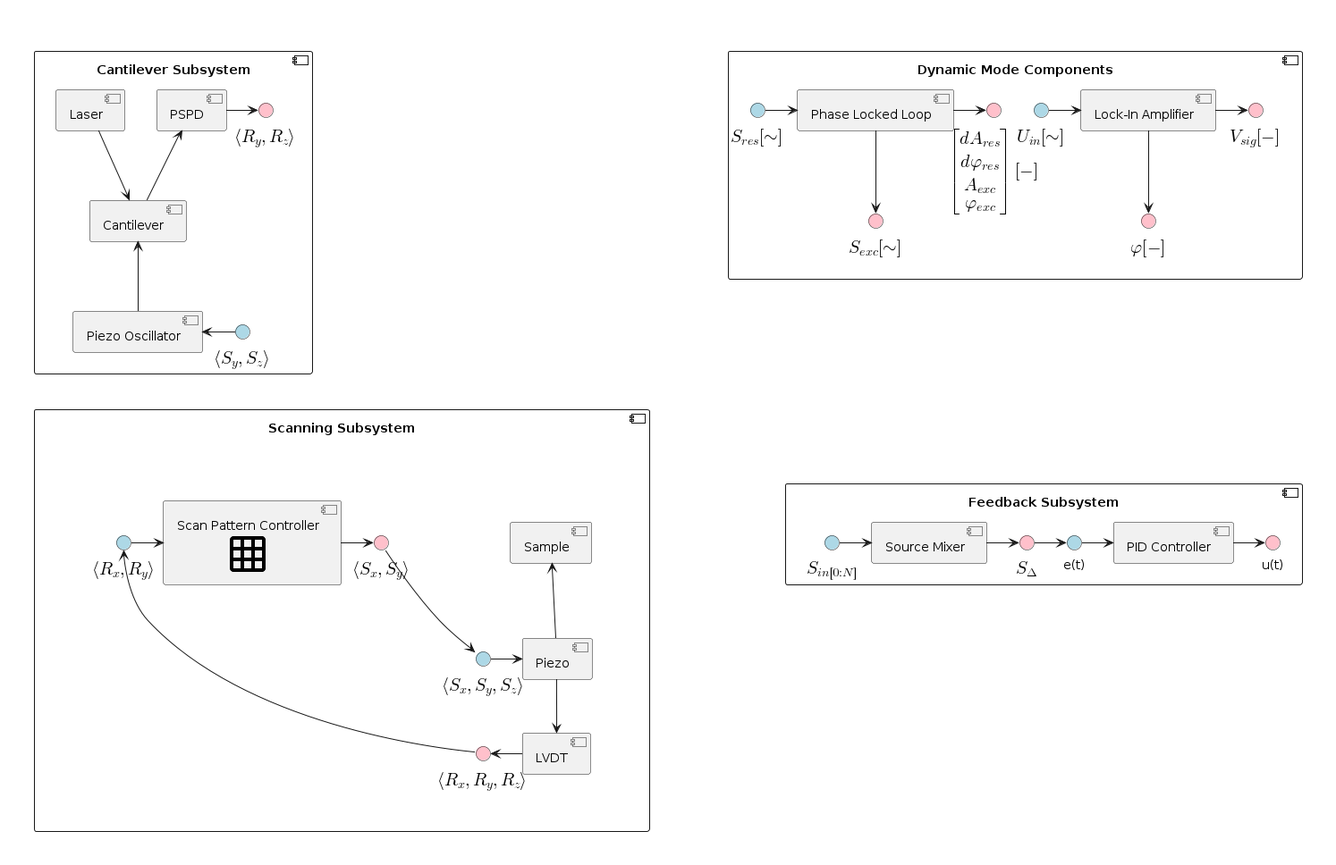
Earlier version of the PlantUML export afm_spm_components/images/afm_components.png (nsulmol/documentation).
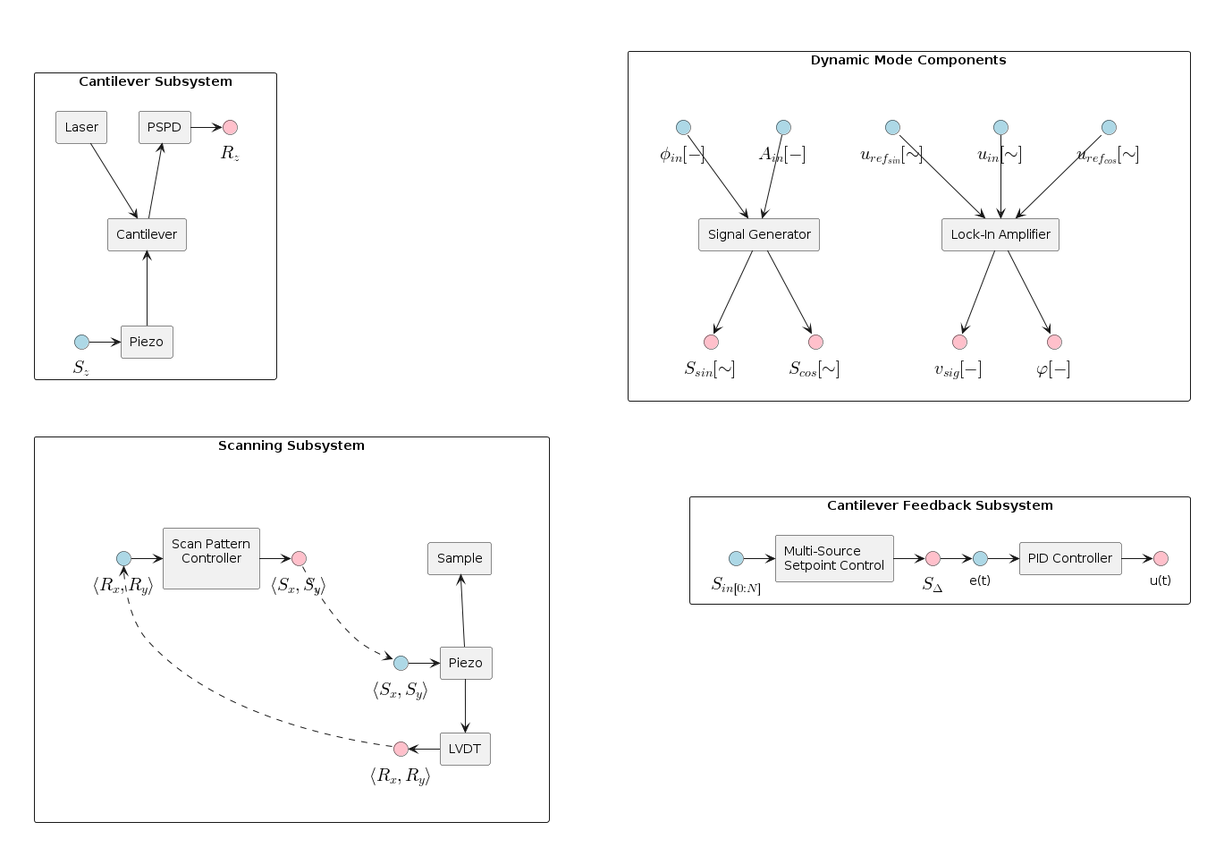
After the change.

Diff of the diagram source:
```diff
@@ -1,24 +1,31 @@
 @startuml
 !include style.puml
 
+!startsub afm_hardware
 package " " <<layout>> as afm_hardware {
   !includesub cantilever_subsystem.puml!component
   !includesub scanning_subsystem.puml!component
 
   cantilever_subsystem --[hidden]down-- scanning_subsystem
 }
+!endsub
 
 package " " <<layout>> as controller_logic {
+  !startsub dynamic_mode_components
   component "Dynamic Mode Components" as dynamic_mode_components {
     !includesub lockin_simple.puml!component
-    !includesub pll_simple.puml!component
+    !includesub signal_generator_simple.puml!component
   }
-  component "Feedback Subsystem" as feedback_subsystem {
+  !endsub
+
+  !startsub feedback_subsystem
+  component "Cantilever Feedback Subsystem" as feedback_subsystem {
     !includesub source_mixer_simple.puml!component
     !includesub pid_simple.puml!component
 
-    s_del -> e_t
+    sm_s_del_out -> pi_e_t_in
   }
+  !endsub
 
   dynamic_mode_components --[hidden]down-- feedback_subsystem
 }
```
